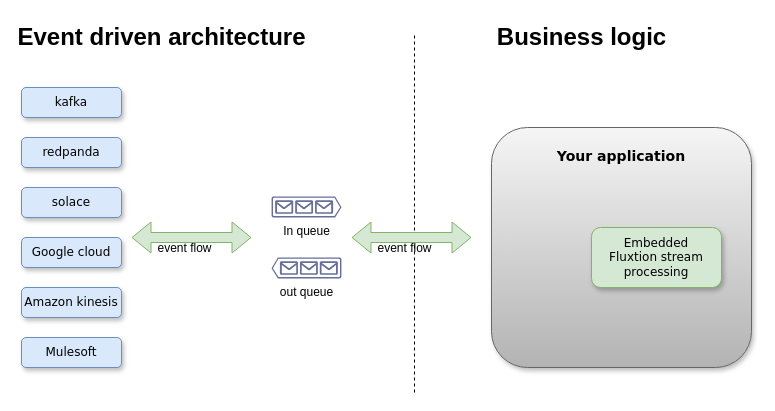
This is page "embedding-fluxtion" (5 of 5) of docs/images/draw.io/integration_overview.drawio from v12technology/fluxtion, a draw.io file, before an edit. Source tidied: cells renumbered, new cells numbered last; positions are measured from the earlier drawing's top-left corner, leaving out a move shared by most shapes. Both pictures are drawn from the tidied source at 100%, with x=0, y=0 at pixel (21, 17).
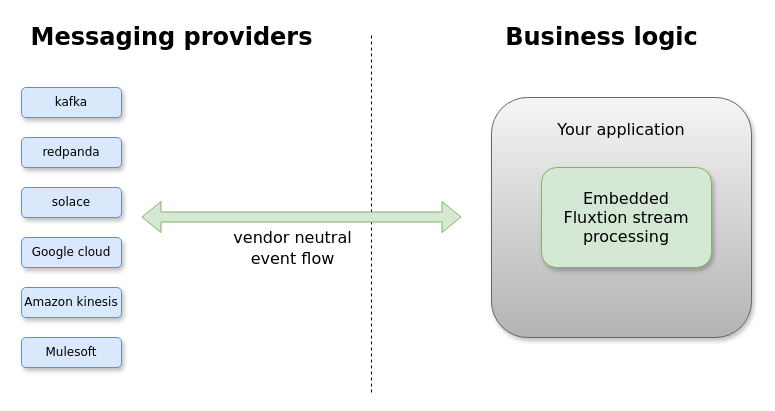
The same page after the edit.

What changed in the source:
```diff
@@
-    <mxCell id="6" value="Event driven architecture" style="text;strokeColor=none;fillColor=none;html=1;fontSize=24;fontStyle=1;verticalAlign=middle;align=center;" parent="1" vertex="1">
-      <mxGeometry x="90" width="100" height="40" as="geometry" />
+    <mxCell id="6" value="&lt;font face=&quot;Verdana&quot;&gt;Messaging providers&lt;/font&gt;" style="text;strokeColor=none;fillColor=none;html=1;fontSize=24;fontStyle=1;verticalAlign=middle;align=center;" parent="1" vertex="1">
+      <mxGeometry x="100" width="100" height="40" as="geometry" />
     </mxCell>
-    <mxCell id="7" value="Business logic" style="text;strokeColor=none;fillColor=none;html=1;fontSize=24;fontStyle=1;verticalAlign=middle;align=center;" parent="1" vertex="1">
-      <mxGeometry x="510" width="100" height="40" as="geometry" />
+    <mxCell id="7" value="&lt;font face=&quot;Verdana&quot;&gt;Business logic&lt;/font&gt;" style="text;strokeColor=none;fillColor=none;html=1;fontSize=24;fontStyle=1;verticalAlign=middle;align=center;" parent="1" vertex="1">
+      <mxGeometry x="530" width="100" height="40" as="geometry" />
     </mxCell>
     <mxCell id="8" style="endArrow=none;dashed=1;html=1;rounded=0;" parent="1" edge="1">
       <mxGeometry relative="1" as="geometry">
-        <mxPoint x="393" y="375" as="sourcePoint" />
-        <mxPoint x="393" y="15" as="targetPoint" />
+        <mxPoint x="350" y="375" as="sourcePoint" />
+        <mxPoint x="350" y="15" as="targetPoint" />
       </mxGeometry>
     </mxCell>
@@
     <mxCell id="11" style="shape=flexArrow;endArrow=classic;startArrow=classic;html=1;rounded=0;fillColor=#d5e8d4;strokeColor=#82b366;" parent="1" edge="1">
       <mxGeometry relative="1" as="geometry">
-        <mxPoint x="110" y="220" as="sourcePoint" />
-        <mxPoint x="230" y="220" as="targetPoint" />
+        <mxPoint x="120" y="199.5" as="sourcePoint" />
+        <mxPoint x="440" y="199.5" as="targetPoint" />
       </mxGeometry>
     </mxCell>
-    <mxCell id="12" value="event flow" style="edgeLabel;html=1;align=center;verticalAlign=middle;fontSize=12;labelBackgroundColor=none;" parent="11" vertex="1">
+    <mxCell id="12" value="&lt;font face=&quot;Verdana&quot; style=&quot;font-size: 16px;&quot;&gt;vendor neutral &lt;br&gt;event flow&lt;/font&gt;" style="edgeLabel;html=1;align=center;verticalAlign=middle;fontSize=17;labelBackgroundColor=none;fontStyle=0;" parent="11" vertex="1">
       <mxGeometry x="-0.13" y="4" relative="1" as="geometry">
-        <mxPoint y="14" as="offset" />
+        <mxPoint x="11" y="35" as="offset" />
       </mxGeometry>
     </mxCell>
-    <mxCell id="13" style="shape=flexArrow;endArrow=classic;startArrow=classic;html=1;rounded=0;fillColor=#d5e8d4;strokeColor=#82b366;" parent="1" edge="1">
-      <mxGeometry relative="1" as="geometry">
-        <mxPoint x="330" y="220" as="sourcePoint" />
-        <mxPoint x="450" y="220" as="targetPoint" />
-      </mxGeometry>
-    </mxCell>
-    <mxCell id="14" value="&lt;font style=&quot;font-size: 12px;&quot;&gt;event flow&lt;/font&gt;" style="edgeLabel;html=1;align=center;verticalAlign=middle;labelBackgroundColor=none;" parent="13" vertex="1">
-      <mxGeometry x="-0.13" y="4" relative="1" as="geometry">
-        <mxPoint y="14" as="offset" />
-      </mxGeometry>
-    </mxCell>
-    <mxCell id="15" value="In queue" style="sketch=0;shadow=0;dashed=0;html=1;strokeColor=none;labelPosition=center;verticalLabelPosition=bottom;verticalAlign=top;align=center;fillColor=#676F99;shape=mxgraph.azure.queue_generic;" parent="1" vertex="1">
-      <mxGeometry x="250" y="179" width="70" height="21" as="geometry" />
-    </mxCell>
-    <mxCell id="16" value="out queue" style="sketch=0;shadow=0;dashed=0;html=1;strokeColor=none;labelPosition=center;verticalLabelPosition=bottom;verticalAlign=top;align=center;fillColor=#676F99;shape=mxgraph.azure.queue_generic;flipH=1;" parent="1" vertex="1">
-      <mxGeometry x="250" y="240" width="70" height="21" as="geometry" />
-    </mxCell>
-    <mxCell id="17" value="&lt;h3 style=&quot;&quot;&gt;&lt;span style=&quot;background-color: initial;&quot;&gt;Your application&lt;/span&gt;&lt;/h3&gt;" style="rounded=1;whiteSpace=wrap;html=1;shadow=1;fontFamily=Verdana;fillColor=#f5f5f5;strokeColor=#666666;align=center;horizontal=1;verticalAlign=top;gradientColor=#b3b3b3;" parent="1" vertex="1">
-      <mxGeometry x="470" y="110" width="260" height="240" as="geometry" />
+    <mxCell id="17" value="&lt;h3 style=&quot;&quot;&gt;&lt;span style=&quot;background-color: initial; font-weight: normal;&quot;&gt;&lt;font style=&quot;font-size: 16px;&quot;&gt;Your application&lt;/font&gt;&lt;/span&gt;&lt;/h3&gt;" style="rounded=1;whiteSpace=wrap;html=1;shadow=1;fontFamily=Verdana;fillColor=#f5f5f5;strokeColor=#666666;align=center;horizontal=1;verticalAlign=top;gradientColor=#b3b3b3;fontSize=14;fontStyle=0;" parent="1" vertex="1">
+      <mxGeometry x="470" y="80" width="260" height="240" as="geometry" />
     </mxCell>
-    <mxCell id="18" value="Embedded&lt;br&gt;Fluxtion stream processing" style="rounded=1;whiteSpace=wrap;html=1;fillColor=#d5e8d4;strokeColor=#82b366;shadow=1;fontFamily=Verdana;" parent="1" vertex="1">
-      <mxGeometry x="570" y="210" width="130" height="60" as="geometry" />
+    <mxCell id="18" value="&lt;font style=&quot;font-size: 16px;&quot;&gt;Embedded&lt;br style=&quot;&quot;&gt;Fluxtion stream processing&lt;/font&gt;" style="rounded=1;whiteSpace=wrap;html=1;fillColor=#d5e8d4;strokeColor=#82b366;shadow=1;fontFamily=Verdana;fontSize=14;" parent="1" vertex="1">
+      <mxGeometry x="520" y="150" width="170" height="100" as="geometry" />
     </mxCell>
```
